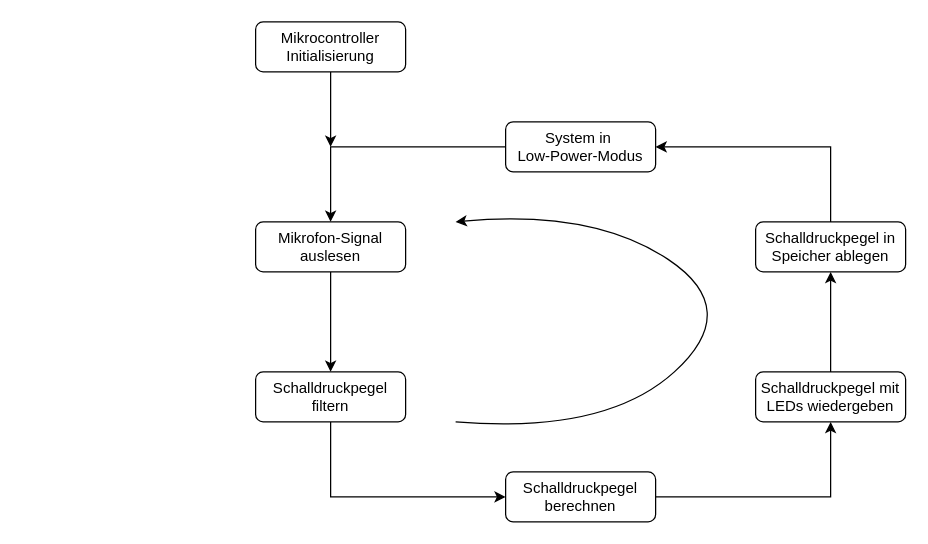
The draw.io diagram Dokumentation/images/BAT_Konzept_Softwareablauf.drawio in Froster2406/BAT2024, before the edit. Source tidied: cells renumbered, new cells numbered last; positions are measured from the earlier drawing's top-left corner, leaving out a move shared by most shapes. Both pictures are drawn from the tidied source at 125%, with x=0, y=0 at pixel (255, 21).
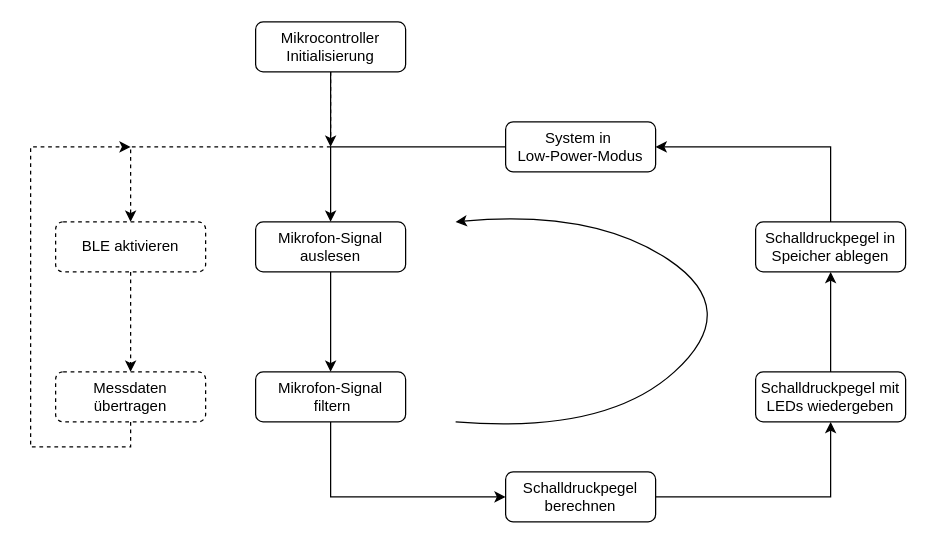
The same diagram, later.

Unchanged cells that the change refers to:
```xml
<mxCell id="3" value="Mikrocontroller Initialisierung" style="rounded=1;whiteSpace=wrap;html=1;" parent="1" vertex="1">
  <mxGeometry width="120" height="40" as="geometry" />
</mxCell>
```

What changed in the source:
```diff
@@
+    <mxCell id="17" style="edgeStyle=orthogonalEdgeStyle;rounded=0;jettySize=auto;html=1;exitX=0.5;exitY=1;exitDx=0;exitDy=0;entryX=0.5;entryY=0;entryDx=0;entryDy=0;dashed=1;" parent="1" edge="1" source="3" target="19">
+      <mxGeometry relative="1" as="geometry" />
+    </mxCell>
@@
-    <mxCell id="7" value="&lt;span style=&quot;&quot;&gt;Schalldruckpegel filtern&lt;/span&gt;" style="rounded=1;whiteSpace=wrap;html=1;" parent="1" vertex="1">
+    <mxCell id="7" value="&lt;span style=&quot;&quot;&gt;Mikrofon-Signal&lt;br&gt;&amp;nbsp;filtern&lt;/span&gt;" style="rounded=1;whiteSpace=wrap;html=1;" parent="1" vertex="1">
       <mxGeometry y="280" width="120" height="40" as="geometry" />
     </mxCell>
@@
+    <mxCell id="18" style="edgeStyle=orthogonalEdgeStyle;rounded=0;jettySize=auto;html=1;exitX=0.5;exitY=1;exitDx=0;exitDy=0;entryX=0.5;entryY=0;entryDx=0;entryDy=0;dashed=1;" parent="1" edge="1" source="19" target="21">
+      <mxGeometry relative="1" as="geometry" />
+    </mxCell>
+    <mxCell id="19" value="BLE aktivieren" style="rounded=1;whiteSpace=wrap;html=1;dashed=1;" parent="1" vertex="1">
+      <mxGeometry x="-160" y="160" width="120" height="40" as="geometry" />
+    </mxCell>
+    <mxCell id="20" style="edgeStyle=orthogonalEdgeStyle;rounded=0;jettySize=auto;html=1;exitX=0.5;exitY=1;exitDx=0;exitDy=0;dashed=1;" parent="1" edge="1" source="21">
+      <mxGeometry relative="1" as="geometry">
+        <mxPoint x="-100" y="100" as="targetPoint" />
+        <Array as="points">
+          <mxPoint x="-100" y="340" />
+          <mxPoint x="-180" y="340" />
+          <mxPoint x="-180" y="100" />
+        </Array>
+      </mxGeometry>
+    </mxCell>
+    <mxCell id="21" value="Messdaten übertragen" style="rounded=1;whiteSpace=wrap;html=1;dashed=1;" parent="1" vertex="1">
+      <mxGeometry x="-160" y="280" width="120" height="40" as="geometry" />
+    </mxCell>
```
